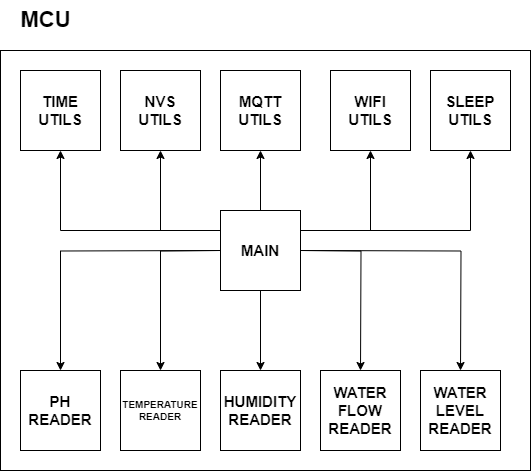
This is Documentation/Diagrams/MCU Firmware Diagram.drawio.png from MiguelRocha2001/PS-Monitor-IoT-System, a draw.io export, as it was before one commit. Source tidied: cells renumbered, new cells last; positions are measured from the earlier drawing's top-left corner, leaving out a move shared by most shapes.
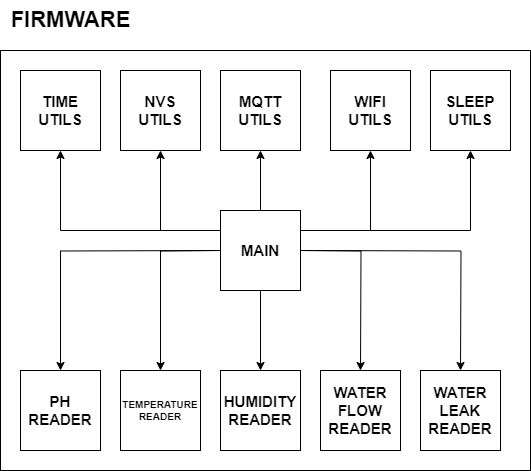
Later version of the same file.

Diff of the diagram source:
```diff
@@ -5,8 +5,8 @@
     <mxCell id="2" style="rounded=0;whiteSpace=wrap;html=1;fontStyle=1;fontSize=15;" parent="1" vertex="1">
       <mxGeometry y="50" width="530" height="420" as="geometry" />
     </mxCell>
-    <mxCell id="3" value="MCU" style="text;html=1;align=center;verticalAlign=middle;strokeColor=none;fillColor=none;fontStyle=1;fontSize=22;" parent="1" vertex="1">
-      <mxGeometry x="10" width="70" height="40" as="geometry" />
+    <mxCell id="3" value="FIRMWARE" style="text;html=1;align=center;verticalAlign=middle;strokeColor=none;fillColor=none;fontStyle=1;fontSize=22;" parent="1" vertex="1">
+      <mxGeometry width="140" height="40" as="geometry" />
     </mxCell>
     <mxCell id="4" style="edgeStyle=orthogonalEdgeStyle;rounded=0;orthogonalLoop=1;jettySize=auto;html=1;fontStyle=1;fontSize=15;" parent="1" edge="1">
       <mxGeometry relative="1" as="geometry">
@@ -60,7 +60,7 @@
     <mxCell id="13" value="MAIN" style="whiteSpace=wrap;html=1;fontStyle=1;fontSize=15;" parent="1" vertex="1">
       <mxGeometry x="220" y="210" width="80" height="80" as="geometry" />
     </mxCell>
-    <mxCell id="14" value="WATER&lt;br style=&quot;font-size: 15px;&quot;&gt;LEVEL&lt;br style=&quot;font-size: 15px;&quot;&gt;READER" style="whiteSpace=wrap;html=1;fontStyle=1;fontSize=15;" parent="1" vertex="1">
+    <mxCell id="14" value="WATER&lt;br style=&quot;font-size: 15px;&quot;&gt;LEAK&lt;br style=&quot;font-size: 15px;&quot;&gt;READER" style="whiteSpace=wrap;html=1;fontStyle=1;fontSize=15;" parent="1" vertex="1">
       <mxGeometry x="420" y="370" width="80" height="80" as="geometry" />
     </mxCell>
     <mxCell id="15" value="HUMIDITY&lt;br style=&quot;font-size: 15px;&quot;&gt;READER" style="whiteSpace=wrap;html=1;fontStyle=1;fontSize=15;" parent="1" vertex="1">
```
